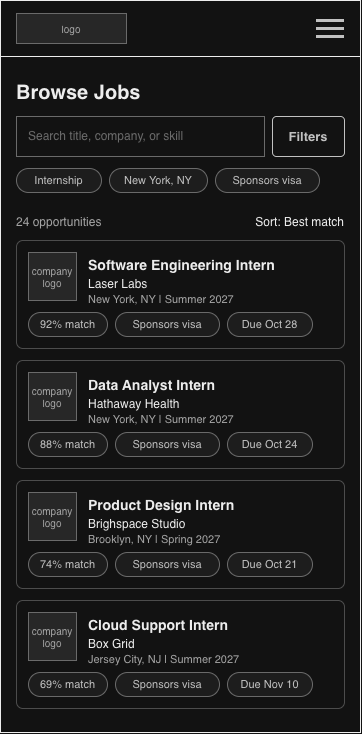
The draw.io diagram ux-design/wireframes-08-browse-jobs.drawio.png in agile-students-fall2026/CareerHive, before a commit. Source tidied: cells renumbered, new cells last; positions are measured from the earlier drawing's top-left corner, leaving out a move shared by most shapes.
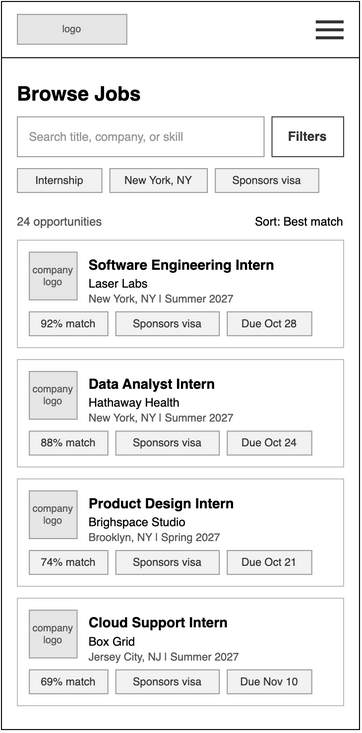
After the change.

Change to the diagram source:
```diff
@@ -17,127 +17,127 @@
     <mxCell id="6" style="html=1;whiteSpace=wrap;fontFamily=Helvetica;rounded=0;fillColor=#333333;strokeColor=none;" parent="1" vertex="1">
       <mxGeometry x="316" y="35" width="28" height="3" as="geometry" />
     </mxCell>
-    <mxCell id="7" style="html=1;whiteSpace=wrap;fontFamily=Helvetica;fillColor=#000000;strokeColor=none;" parent="1" vertex="1">
+    <mxCell id="7" style="html=1;whiteSpace=wrap;fontFamily=Helvetica;fillColor=#000000;strokeColor=none;rounded=0;" parent="1" vertex="1">
       <mxGeometry y="56" width="360" height="1" as="geometry" />
     </mxCell>
-    <mxCell id="8" value="Browse Jobs" style="html=1;whiteSpace=wrap;fontFamily=Helvetica;text;strokeColor=none;fillColor=none;spacing=0;overflow=visible;fontSize=20;fontStyle=1;fontColor=#000000;align=left;verticalAlign=top;" parent="1" vertex="1">
+    <mxCell id="8" value="Browse Jobs" style="html=1;whiteSpace=wrap;fontFamily=Helvetica;text;strokeColor=none;fillColor=none;spacing=0;overflow=visible;fontSize=20;fontStyle=1;fontColor=#000000;align=left;verticalAlign=top;rounded=0;" parent="1" vertex="1">
       <mxGeometry x="16" y="76" width="328" height="28" as="geometry" />
     </mxCell>
     <mxCell id="9" value="Search title, company, or skill" style="html=1;whiteSpace=wrap;fontFamily=Helvetica;rounded=0;fillColor=#FFFFFF;strokeColor=#999999;align=left;verticalAlign=middle;spacingLeft=10;spacingTop=0;spacingRight=10;fontSize=12;fontColor=#999999;" parent="1" vertex="1">
       <mxGeometry x="16" y="116" width="248" height="40" as="geometry" />
     </mxCell>
-    <mxCell id="10" value="Filters" style="html=1;whiteSpace=wrap;fontFamily=Helvetica;rounded=1;arcSize=10;fontSize=13;fontStyle=1;fillColor=#FFFFFF;strokeColor=#333333;fontColor=#333333;" parent="1" vertex="1">
+    <mxCell id="10" value="Filters" style="html=1;whiteSpace=wrap;fontFamily=Helvetica;rounded=0;arcSize=0;fontSize=13;fontStyle=1;fillColor=#FFFFFF;strokeColor=#333333;fontColor=#333333;" parent="1" vertex="1">
       <mxGeometry x="272" y="116" width="72" height="40" as="geometry" />
     </mxCell>
-    <mxCell id="11" value="Internship" style="html=1;whiteSpace=wrap;fontFamily=Helvetica;rounded=1;arcSize=50;fontSize=11;fillColor=#F2F2F2;strokeColor=#999999;fontColor=#333333;" parent="1" vertex="1">
+    <mxCell id="11" value="Internship" style="html=1;whiteSpace=wrap;fontFamily=Helvetica;rounded=0;arcSize=0;fontSize=11;fillColor=#F2F2F2;strokeColor=#999999;fontColor=#333333;" parent="1" vertex="1">
       <mxGeometry x="16" y="168" width="85" height="24" as="geometry" />
     </mxCell>
-    <mxCell id="12" value="New York, NY" style="html=1;whiteSpace=wrap;fontFamily=Helvetica;rounded=1;arcSize=50;fontSize=11;fillColor=#F2F2F2;strokeColor=#999999;fontColor=#333333;" parent="1" vertex="1">
+    <mxCell id="12" value="New York, NY" style="html=1;whiteSpace=wrap;fontFamily=Helvetica;rounded=0;arcSize=0;fontSize=11;fillColor=#F2F2F2;strokeColor=#999999;fontColor=#333333;" parent="1" vertex="1">
       <mxGeometry x="109" y="168" width="98" height="24" as="geometry" />
     </mxCell>
-    <mxCell id="13" value="Sponsors visa" style="html=1;whiteSpace=wrap;fontFamily=Helvetica;rounded=1;arcSize=50;fontSize=11;fillColor=#F2F2F2;strokeColor=#999999;fontColor=#333333;" parent="1" vertex="1">
+    <mxCell id="13" value="Sponsors visa" style="html=1;whiteSpace=wrap;fontFamily=Helvetica;rounded=0;arcSize=0;fontSize=11;fillColor=#F2F2F2;strokeColor=#999999;fontColor=#333333;" parent="1" vertex="1">
       <mxGeometry x="215" y="168" width="104" height="24" as="geometry" />
     </mxCell>
-    <mxCell id="14" value="24 opportunities" style="html=1;whiteSpace=wrap;fontFamily=Helvetica;text;strokeColor=none;fillColor=none;spacing=0;overflow=visible;fontSize=12;fontStyle=0;fontColor=#555555;align=left;verticalAlign=top;" parent="1" vertex="1">
+    <mxCell id="14" value="24 opportunities" style="html=1;whiteSpace=wrap;fontFamily=Helvetica;text;strokeColor=none;fillColor=none;spacing=0;overflow=visible;fontSize=12;fontStyle=0;fontColor=#555555;align=left;verticalAlign=top;rounded=0;" parent="1" vertex="1">
       <mxGeometry x="16" y="210" width="160" height="16" as="geometry" />
     </mxCell>
-    <mxCell id="15" value="Sort: Best match" style="html=1;whiteSpace=wrap;fontFamily=Helvetica;text;strokeColor=none;fillColor=none;spacing=0;overflow=visible;fontSize=12;fontStyle=0;fontColor=#000000;align=right;verticalAlign=top;" parent="1" vertex="1">
+    <mxCell id="15" value="Sort: Best match" style="html=1;whiteSpace=wrap;fontFamily=Helvetica;text;strokeColor=none;fillColor=none;spacing=0;overflow=visible;fontSize=12;fontStyle=0;fontColor=#000000;align=right;verticalAlign=top;rounded=0;" parent="1" vertex="1">
       <mxGeometry x="184" y="210" width="160" height="16" as="geometry" />
     </mxCell>
-    <mxCell id="16" style="html=1;whiteSpace=wrap;fontFamily=Helvetica;rounded=1;arcSize=6;absoluteArcSize=0;fillColor=#FFFFFF;strokeColor=#BBBBBB;" parent="1" vertex="1">
+    <mxCell id="16" style="html=1;whiteSpace=wrap;fontFamily=Helvetica;rounded=0;arcSize=0;absoluteArcSize=0;fillColor=#FFFFFF;strokeColor=#BBBBBB;" parent="1" vertex="1">
       <mxGeometry x="16" y="240" width="328" height="108" as="geometry" />
     </mxCell>
     <mxCell id="17" value="company logo" style="html=1;whiteSpace=wrap;fontFamily=Helvetica;rounded=0;fillColor=#E6E6E6;strokeColor=#999999;fontColor=#555555;fontSize=10;" parent="1" vertex="1">
       <mxGeometry x="28" y="252" width="48" height="48" as="geometry" />
     </mxCell>
-    <mxCell id="18" value="Software Engineering Intern" style="html=1;whiteSpace=wrap;fontFamily=Helvetica;text;strokeColor=none;fillColor=none;spacing=0;overflow=visible;fontSize=14;fontStyle=1;fontColor=#000000;align=left;verticalAlign=top;" parent="1" vertex="1">
+    <mxCell id="18" value="Software Engineering Intern" style="html=1;whiteSpace=wrap;fontFamily=Helvetica;text;strokeColor=none;fillColor=none;spacing=0;overflow=visible;fontSize=14;fontStyle=1;fontColor=#000000;align=left;verticalAlign=top;rounded=0;" parent="1" vertex="1">
       <mxGeometry x="88" y="252" width="244" height="18" as="geometry" />
     </mxCell>
-    <mxCell id="19" value="Laser Labs" style="html=1;whiteSpace=wrap;fontFamily=Helvetica;text;strokeColor=none;fillColor=none;spacing=0;overflow=visible;fontSize=12;fontStyle=0;fontColor=#000000;align=left;verticalAlign=top;" parent="1" vertex="1">
+    <mxCell id="19" value="Laser Labs" style="html=1;whiteSpace=wrap;fontFamily=Helvetica;text;strokeColor=none;fillColor=none;spacing=0;overflow=visible;fontSize=12;fontStyle=0;fontColor=#000000;align=left;verticalAlign=top;rounded=0;" parent="1" vertex="1">
       <mxGeometry x="88" y="272" width="240" height="16" as="geometry" />
     </mxCell>
-    <mxCell id="20" value="New York, NY | Summer 2027" style="html=1;whiteSpace=wrap;fontFamily=Helvetica;text;strokeColor=none;fillColor=none;spacing=0;overflow=visible;fontSize=11;fontStyle=0;fontColor=#555555;align=left;verticalAlign=top;" parent="1" vertex="1">
+    <mxCell id="20" value="New York, NY | Summer 2027" style="html=1;whiteSpace=wrap;fontFamily=Helvetica;text;strokeColor=none;fillColor=none;spacing=0;overflow=visible;fontSize=11;fontStyle=0;fontColor=#555555;align=left;verticalAlign=top;rounded=0;" parent="1" vertex="1">
       <mxGeometry x="88" y="288" width="240" height="16" as="geometry" />
     </mxCell>
-    <mxCell id="21" value="92% match" style="html=1;whiteSpace=wrap;fontFamily=Helvetica;rounded=1;arcSize=50;fontSize=11;fillColor=#F2F2F2;strokeColor=#999999;fontColor=#333333;" parent="1" vertex="1">
+    <mxCell id="21" value="92% match" style="html=1;whiteSpace=wrap;fontFamily=Helvetica;rounded=0;arcSize=0;fontSize=11;fillColor=#F2F2F2;strokeColor=#999999;fontColor=#333333;" parent="1" vertex="1">
       <mxGeometry x="28" y="312" width="79" height="24" as="geometry" />
     </mxCell>
-    <mxCell id="22" value="Sponsors visa" style="html=1;whiteSpace=wrap;fontFamily=Helvetica;rounded=1;arcSize=50;fontSize=11;fillColor=#F2F2F2;strokeColor=#999999;fontColor=#333333;" parent="1" vertex="1">
+    <mxCell id="22" value="Sponsors visa" style="html=1;whiteSpace=wrap;fontFamily=Helvetica;rounded=0;arcSize=0;fontSize=11;fillColor=#F2F2F2;strokeColor=#999999;fontColor=#333333;" parent="1" vertex="1">
       <mxGeometry x="115" y="312" width="104" height="24" as="geometry" />
     </mxCell>
-    <mxCell id="23" value="Due Oct 28" style="html=1;whiteSpace=wrap;fontFamily=Helvetica;rounded=1;arcSize=50;fontSize=11;fillColor=#F2F2F2;strokeColor=#999999;fontColor=#333333;" parent="1" vertex="1">
+    <mxCell id="23" value="Due Oct 28" style="html=1;whiteSpace=wrap;fontFamily=Helvetica;rounded=0;arcSize=0;fontSize=11;fillColor=#F2F2F2;strokeColor=#999999;fontColor=#333333;" parent="1" vertex="1">
       <mxGeometry x="227" y="312" width="85" height="24" as="geometry" />
     </mxCell>
-    <mxCell id="24" style="html=1;whiteSpace=wrap;fontFamily=Helvetica;rounded=1;arcSize=6;absoluteArcSize=0;fillColor=#FFFFFF;strokeColor=#BBBBBB;" parent="1" vertex="1">
+    <mxCell id="24" style="html=1;whiteSpace=wrap;fontFamily=Helvetica;rounded=0;arcSize=0;absoluteArcSize=0;fillColor=#FFFFFF;strokeColor=#BBBBBB;" parent="1" vertex="1">
       <mxGeometry x="16" y="360" width="328" height="108" as="geometry" />
     </mxCell>
     <mxCell id="25" value="company logo" style="html=1;whiteSpace=wrap;fontFamily=Helvetica;rounded=0;fillColor=#E6E6E6;strokeColor=#999999;fontColor=#555555;fontSize=10;" parent="1" vertex="1">
       <mxGeometry x="28" y="372" width="48" height="48" as="geometry" />
     </mxCell>
-    <mxCell id="26" value="Data Analyst Intern" style="html=1;whiteSpace=wrap;fontFamily=Helvetica;text;strokeColor=none;fillColor=none;spacing=0;overflow=visible;fontSize=14;fontStyle=1;fontColor=#000000;align=left;verticalAlign=top;" parent="1" vertex="1">
+    <mxCell id="26" value="Data Analyst Intern" style="html=1;whiteSpace=wrap;fontFamily=Helvetica;text;strokeColor=none;fillColor=none;spacing=0;overflow=visible;fontSize=14;fontStyle=1;fontColor=#000000;align=left;verticalAlign=top;rounded=0;" parent="1" vertex="1">
       <mxGeometry x="88" y="372" width="244" height="18" as="geometry" />
     </mxCell>
-    <mxCell id="27" value="Hathaway Health" style="html=1;whiteSpace=wrap;fontFamily=Helvetica;text;strokeColor=none;fillColor=none;spacing=0;overflow=visible;fontSize=12;fontStyle=0;fontColor=#000000;align=left;verticalAlign=top;" parent="1" vertex="1">
+    <mxCell id="27" value="Hathaway Health" style="html=1;whiteSpace=wrap;fontFamily=Helvetica;text;strokeColor=none;fillColor=none;spacing=0;overflow=visible;fontSize=12;fontStyle=0;fontColor=#000000;align=left;verticalAlign=top;rounded=0;" parent="1" vertex="1">
       <mxGeometry x="88" y="392" width="240" height="16" as="geometry" />
     </mxCell>
-    <mxCell id="28" value="New York, NY | Summer 2027" style="html=1;whiteSpace=wrap;fontFamily=Helvetica;text;strokeColor=none;fillColor=none;spacing=0;overflow=visible;fontSize=11;fontStyle=0;fontColor=#555555;align=left;verticalAlign=top;" parent="1" vertex="1">
+    <mxCell id="28" value="New York, NY | Summer 2027" style="html=1;whiteSpace=wrap;fontFamily=Helvetica;text;strokeColor=none;fillColor=none;spacing=0;overflow=visible;fontSize=11;fontStyle=0;fontColor=#555555;align=left;verticalAlign=top;rounded=0;" parent="1" vertex="1">
       <mxGeometry x="88" y="408" width="240" height="16" as="geometry" />
     </mxCell>
-    <mxCell id="29" value="88% match" style="html=1;whiteSpace=wrap;fontFamily=Helvetica;rounded=1;arcSize=50;fontSize=11;fillColor=#F2F2F2;strokeColor=#999999;fontColor=#333333;" parent="1" vertex="1">
+    <mxCell id="29" value="88% match" style="html=1;whiteSpace=wrap;fontFamily=Helvetica;rounded=0;arcSize=0;fontSize=11;fillColor=#F2F2F2;strokeColor=#999999;fontColor=#333333;" parent="1" vertex="1">
       <mxGeometry x="28" y="432" width="79" height="24" as="geometry" />
     </mxCell>
-    <mxCell id="30" value="Sponsors visa" style="html=1;whiteSpace=wrap;fontFamily=Helvetica;rounded=1;arcSize=50;fontSize=11;fillColor=#F2F2F2;strokeColor=#999999;fontColor=#333333;" parent="1" vertex="1">
+    <mxCell id="30" value="Sponsors visa" style="html=1;whiteSpace=wrap;fontFamily=Helvetica;rounded=0;arcSize=0;fontSize=11;fillColor=#F2F2F2;strokeColor=#999999;fontColor=#333333;" parent="1" vertex="1">
       <mxGeometry x="115" y="432" width="104" height="24" as="geometry" />
     </mxCell>
-    <mxCell id="31" value="Due Oct 24" style="html=1;whiteSpace=wrap;fontFamily=Helvetica;rounded=1;arcSize=50;fontSize=11;fillColor=#F2F2F2;strokeColor=#999999;fontColor=#333333;" parent="1" vertex="1">
+    <mxCell id="31" value="Due Oct 24" style="html=1;whiteSpace=wrap;fontFamily=Helvetica;rounded=0;arcSize=0;fontSize=11;fillColor=#F2F2F2;strokeColor=#999999;fontColor=#333333;" parent="1" vertex="1">
       <mxGeometry x="227" y="432" width="85" height="24" as="geometry" />
     </mxCell>
-    <mxCell id="32" style="html=1;whiteSpace=wrap;fontFamily=Helvetica;rounded=1;arcSize=6;absoluteArcSize=0;fillColor=#FFFFFF;strokeColor=#BBBBBB;" parent="1" vertex="1">
+    <mxCell id="32" style="html=1;whiteSpace=wrap;fontFamily=Helvetica;rounded=0;arcSize=0;absoluteArcSize=0;fillColor=#FFFFFF;strokeColor=#BBBBBB;" parent="1" vertex="1">
       <mxGeometry x="16" y="480" width="328" height="108" as="geometry" />
     </mxCell>
     <mxCell id="33" value="company logo" style="html=1;whiteSpace=wrap;fontFamily=Helvetica;rounded=0;fillColor=#E6E6E6;strokeColor=#999999;fontColor=#555555;fontSize=10;" parent="1" vertex="1">
       <mxGeometry x="28" y="492" width="48" height="48" as="geometry" />
     </mxCell>
-    <mxCell id="34" value="Product Design Intern" style="html=1;whiteSpace=wrap;fontFamily=Helvetica;text;strokeColor=none;fillColor=none;spacing=0;overflow=visible;fontSize=14;fontStyle=1;fontColor=#000000;align=left;verticalAlign=top;" parent="1" vertex="1">
+    <mxCell id="34" value="Product Design Intern" style="html=1;whiteSpace=wrap;fontFamily=Helvetica;text;strokeColor=none;fillColor=none;spacing=0;overflow=visible;fontSize=14;fontStyle=1;fontColor=#000000;align=left;verticalAlign=top;rounded=0;" parent="1" vertex="1">
       <mxGeometry x="88" y="492" width="244" height="18" as="geometry" />
     </mxCell>
-    <mxCell id="35" value="Brighspace Studio" style="html=1;whiteSpace=wrap;fontFamily=Helvetica;text;strokeColor=none;fillColor=none;spacing=0;overflow=visible;fontSize=12;fontStyle=0;fontColor=#000000;align=left;verticalAlign=top;" parent="1" vertex="1">
+    <mxCell id="35" value="Brighspace Studio" style="html=1;whiteSpace=wrap;fontFamily=Helvetica;text;strokeColor=none;fillColor=none;spacing=0;overflow=visible;fontSize=12;fontStyle=0;fontColor=#000000;align=left;verticalAlign=top;rounded=0;" parent="1" vertex="1">
       <mxGeometry x="88" y="512" width="240" height="16" as="geometry" />
     </mxCell>
-    <mxCell id="36" value="Brooklyn, NY | Spring 2027" style="html=1;whiteSpace=wrap;fontFamily=Helvetica;text;strokeColor=none;fillColor=none;spacing=0;overflow=visible;fontSize=11;fontStyle=0;fontColor=#555555;align=left;verticalAlign=top;" parent="1" vertex="1">
+    <mxCell id="36" value="Brooklyn, NY | Spring 2027" style="html=1;whiteSpace=wrap;fontFamily=Helvetica;text;strokeColor=none;fillColor=none;spacing=0;overflow=visible;fontSize=11;fontStyle=0;fontColor=#555555;align=left;verticalAlign=top;rounded=0;" parent="1" vertex="1">
       <mxGeometry x="88" y="528" width="240" height="16" as="geometry" />
     </mxCell>
-    <mxCell id="37" value="74% match" style="html=1;whiteSpace=wrap;fontFamily=Helvetica;rounded=1;arcSize=50;fontSize=11;fillColor=#F2F2F2;strokeColor=#999999;fontColor=#333333;" parent="1" vertex="1">
+    <mxCell id="37" value="74% match" style="html=1;whiteSpace=wrap;fontFamily=Helvetica;rounded=0;arcSize=0;fontSize=11;fillColor=#F2F2F2;strokeColor=#999999;fontColor=#333333;" parent="1" vertex="1">
       <mxGeometry x="28" y="552" width="79" height="24" as="geometry" />
     </mxCell>
-    <mxCell id="38" value="Sponsors visa" style="html=1;whiteSpace=wrap;fontFamily=Helvetica;rounded=1;arcSize=50;fontSize=11;fillColor=#F2F2F2;strokeColor=#999999;fontColor=#333333;" parent="1" vertex="1">
+    <mxCell id="38" value="Sponsors visa" style="html=1;whiteSpace=wrap;fontFamily=Helvetica;rounded=0;arcSize=0;fontSize=11;fillColor=#F2F2F2;strokeColor=#999999;fontColor=#333333;" parent="1" vertex="1">
       <mxGeometry x="115" y="552" width="104" height="24" as="geometry" />
     </mxCell>
-    <mxCell id="39" value="Due Oct 21" style="html=1;whiteSpace=wrap;fontFamily=Helvetica;rounded=1;arcSize=50;fontSize=11;fillColor=#F2F2F2;strokeColor=#999999;fontColor=#333333;" parent="1" vertex="1">
+    <mxCell id="39" value="Due Oct 21" style="html=1;whiteSpace=wrap;fontFamily=Helvetica;rounded=0;arcSize=0;fontSize=11;fillColor=#F2F2F2;strokeColor=#999999;fontColor=#333333;" parent="1" vertex="1">
       <mxGeometry x="227" y="552" width="85" height="24" as="geometry" />
     </mxCell>
-    <mxCell id="40" style="html=1;whiteSpace=wrap;fontFamily=Helvetica;rounded=1;arcSize=6;absoluteArcSize=0;fillColor=#FFFFFF;strokeColor=#BBBBBB;" parent="1" vertex="1">
+    <mxCell id="40" style="html=1;whiteSpace=wrap;fontFamily=Helvetica;rounded=0;arcSize=0;absoluteArcSize=0;fillColor=#FFFFFF;strokeColor=#BBBBBB;" parent="1" vertex="1">
       <mxGeometry x="16" y="600" width="328" height="108" as="geometry" />
     </mxCell>
     <mxCell id="41" value="company logo" style="html=1;whiteSpace=wrap;fontFamily=Helvetica;rounded=0;fillColor=#E6E6E6;strokeColor=#999999;fontColor=#555555;fontSize=10;" parent="1" vertex="1">
       <mxGeometry x="28" y="612" width="48" height="48" as="geometry" />
     </mxCell>
-    <mxCell id="42" value="Cloud Support Intern" style="html=1;whiteSpace=wrap;fontFamily=Helvetica;text;strokeColor=none;fillColor=none;spacing=0;overflow=visible;fontSize=14;fontStyle=1;fontColor=#000000;align=left;verticalAlign=top;" parent="1" vertex="1">
+    <mxCell id="42" value="Cloud Support Intern" style="html=1;whiteSpace=wrap;fontFamily=Helvetica;text;strokeColor=none;fillColor=none;spacing=0;overflow=visible;fontSize=14;fontStyle=1;fontColor=#000000;align=left;verticalAlign=top;rounded=0;" parent="1" vertex="1">
       <mxGeometry x="88" y="612" width="244" height="18" as="geometry" />
     </mxCell>
-    <mxCell id="43" value="Box Grid" style="html=1;whiteSpace=wrap;fontFamily=Helvetica;text;strokeColor=none;fillColor=none;spacing=0;overflow=visible;fontSize=12;fontStyle=0;fontColor=#000000;align=left;verticalAlign=top;" parent="1" vertex="1">
+    <mxCell id="43" value="Box Grid" style="html=1;whiteSpace=wrap;fontFamily=Helvetica;text;strokeColor=none;fillColor=none;spacing=0;overflow=visible;fontSize=12;fontStyle=0;fontColor=#000000;align=left;verticalAlign=top;rounded=0;" parent="1" vertex="1">
       <mxGeometry x="88" y="632" width="240" height="16" as="geometry" />
     </mxCell>
-    <mxCell id="44" value="Jersey City, NJ | Summer 2027" style="html=1;whiteSpace=wrap;fontFamily=Helvetica;text;strokeColor=none;fillColor=none;spacing=0;overflow=visible;fontSize=11;fontStyle=0;fontColor=#555555;align=left;verticalAlign=top;" parent="1" vertex="1">
+    <mxCell id="44" value="Jersey City, NJ | Summer 2027" style="html=1;whiteSpace=wrap;fontFamily=Helvetica;text;strokeColor=none;fillColor=none;spacing=0;overflow=visible;fontSize=11;fontStyle=0;fontColor=#555555;align=left;verticalAlign=top;rounded=0;" parent="1" vertex="1">
       <mxGeometry x="88" y="648" width="240" height="16" as="geometry" />
     </mxCell>
-    <mxCell id="45" value="69% match" style="html=1;whiteSpace=wrap;fontFamily=Helvetica;rounded=1;arcSize=50;fontSize=11;fillColor=#F2F2F2;strokeColor=#999999;fontColor=#333333;" parent="1" vertex="1">
+    <mxCell id="45" value="69% match" style="html=1;whiteSpace=wrap;fontFamily=Helvetica;rounded=0;arcSize=0;fontSize=11;fillColor=#F2F2F2;strokeColor=#999999;fontColor=#333333;" parent="1" vertex="1">
       <mxGeometry x="28" y="672" width="79" height="24" as="geometry" />
     </mxCell>
-    <mxCell id="46" value="Sponsors visa" style="html=1;whiteSpace=wrap;fontFamily=Helvetica;rounded=1;arcSize=50;fontSize=11;fillColor=#F2F2F2;strokeColor=#999999;fontColor=#333333;" parent="1" vertex="1">
+    <mxCell id="46" value="Sponsors visa" style="html=1;whiteSpace=wrap;fontFamily=Helvetica;rounded=0;arcSize=0;fontSize=11;fillColor=#F2F2F2;strokeColor=#999999;fontColor=#333333;" parent="1" vertex="1">
       <mxGeometry x="115" y="672" width="104" height="24" as="geometry" />
     </mxCell>
-    <mxCell id="47" value="Due Nov 10" style="html=1;whiteSpace=wrap;fontFamily=Helvetica;rounded=1;arcSize=50;fontSize=11;fillColor=#F2F2F2;strokeColor=#999999;fontColor=#333333;" parent="1" vertex="1">
+    <mxCell id="47" value="Due Nov 10" style="html=1;whiteSpace=wrap;fontFamily=Helvetica;rounded=0;arcSize=0;fontSize=11;fillColor=#F2F2F2;strokeColor=#999999;fontColor=#333333;" parent="1" vertex="1">
       <mxGeometry x="227" y="672" width="85" height="24" as="geometry" />
     </mxCell>
   </root>
```
